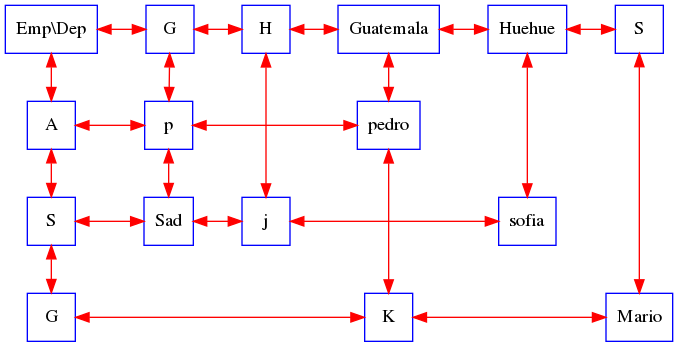
martinfdev/EstructurasenC-P1 keeps this Graphviz diagram as build/matriz.png. Above is the earlier version. Its source is kept beside it as build/matriz.dot.
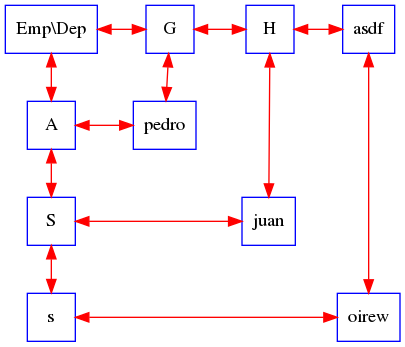
After the change.

What changed in the source:
```diff
@@ -6,49 +6,33 @@
 nodeXY [label="Emp\\Dep"];
 nodeXG [label="G"];
 nodeXH [label="H"];
-nodeXGuatemala [label="Guatemala"];
-nodeXHuehue [label="Huehue"];
-nodeXS [label="S"];
+nodeXasdf [label="asdf"];
 
 nodeYA [label="A"];
 nodeYS [label="S"];
-nodeYG [label="G"];
+nodeYs [label="s"];
 
-nodevGA [label="p"];
-nodevGuatemalaA [label="pedro"];
-nodevGS [label="Sad"];
-nodevHS [label="j"];
-nodevHuehueS [label="sofia"];
-nodevGuatemalaG [label="K"];
-nodevSG [label="Mario"];
+nodevGA [label="pedro"];
+nodevHS [label="juan"];
+nodevasdfs [label="oirew"];
 
 nodeXY -> nodeXG [dir=both];
 nodeXG -> nodeXH [dir=both];
-nodeXH -> nodeXGuatemala [dir=both];
-nodeXGuatemala -> nodeXHuehue [dir=both];
-nodeXHuehue -> nodeXS [dir=both];
+nodeXH -> nodeXasdf [dir=both];
 
 nodeXY -> nodeYA [dir=both];
 nodeYA -> nodeYS [dir=both];
-nodeYS -> nodeYG [dir=both];
+nodeYS -> nodeYs [dir=both];
 
 nodeXG -> nodevGA [dir=both];
-nodevGA -> nodevGS [dir=both];
 nodeXH -> nodevHS [dir=both];
-nodeXGuatemala -> nodevGuatemalaA [dir=both];
-nodevGuatemalaA -> nodevGuatemalaG [dir=both];
-nodeXHuehue -> nodevHuehueS [dir=both];
-nodeXS -> nodevSG [dir=both];
+nodeXasdf -> nodevasdfs [dir=both];
 nodeYA -> nodevGA [constraint=false, dir=both];
-nodevGA -> nodevGuatemalaA [constraint=false, dir=both];
-nodeYS -> nodevGS [constraint=false, dir=both];
-nodevGS -> nodevHS [constraint=false, dir=both];
-nodevHS -> nodevHuehueS [constraint=false, dir=both];
-nodeYG -> nodevGuatemalaG [constraint=false, dir=both];
-nodevGuatemalaG -> nodevSG [constraint=false, dir=both];
+nodeYS -> nodevHS [constraint=false, dir=both];
+nodeYs -> nodevasdfs [constraint=false, dir=both];
 
-{rank=same; nodeXY; nodeXG; nodeXH; nodeXGuatemala; nodeXHuehue; nodeXS; }
-{rank=same; nodeYA; nodevGA; nodevGuatemalaA; }
-{rank=same; nodeYS; nodevGS; nodevHS; nodevHuehueS; }
-{rank=same; nodeYG; nodevGuatemalaG; nodevSG; }
+{rank=same; nodeXY; nodeXG; nodeXH; nodeXasdf; }
+{rank=same; nodeYA; nodevGA; }
+{rank=same; nodeYS; nodevHS; }
+{rank=same; nodeYs; nodevasdfs; }
 }
```
